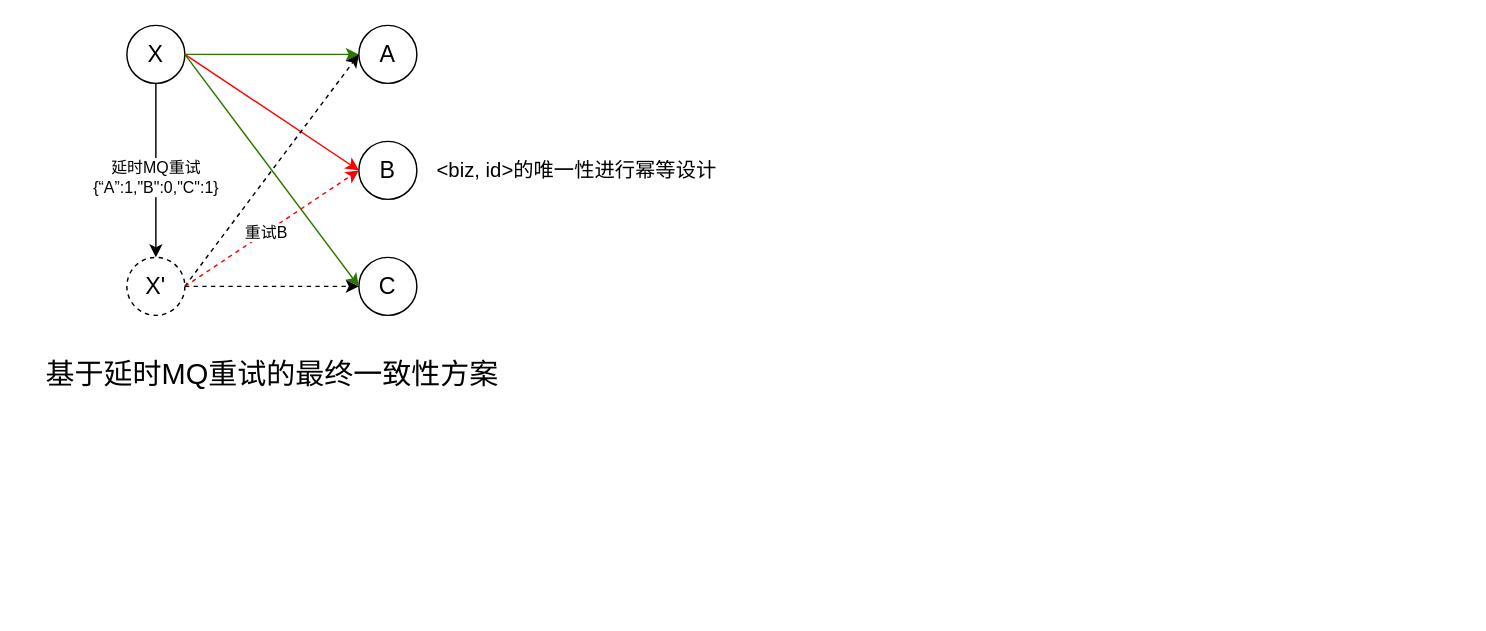
Above: personal/duyunjie/一致性.drawio in zhuanzhuan-tech/arch-draw-io (draw.io), before the change. Source tidied: cells renumbered, new cells numbered last; positions are measured from the earlier drawing's top-left corner, leaving out a move shared by most shapes. Both pictures are drawn from the tidied source at 145%, with x=0, y=0 at pixel (25, 25).
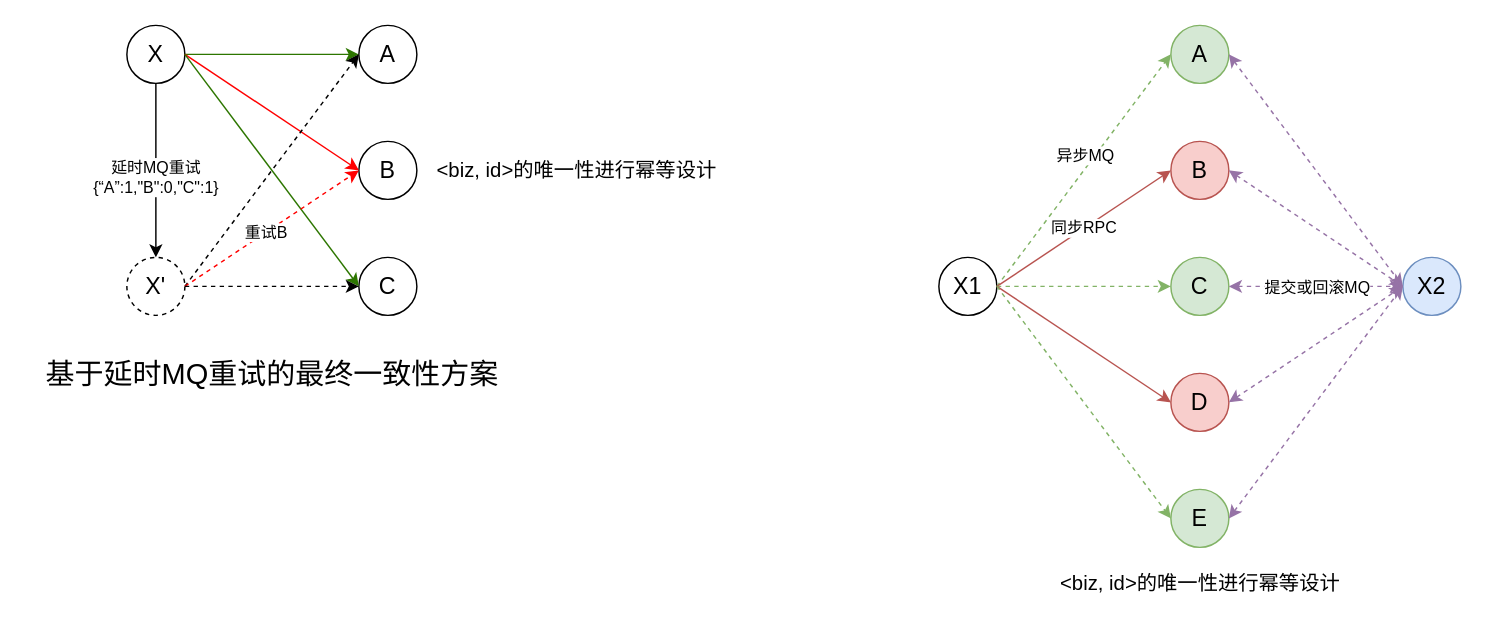
Above is the later version.

Commit message:
更新一致性.drawio

The edit, as a diff of the source:
```diff
@@
+    <mxCell id="18" value="&lt;font style=&quot;font-size: 16px;&quot;&gt;A&lt;/font&gt;" style="ellipse;whiteSpace=wrap;html=1;fillColor=#d5e8d4;strokeColor=#82b366;" parent="1" vertex="1">
+      <mxGeometry x="790" width="40" height="40" as="geometry" />
+    </mxCell>
+    <mxCell id="19" value="&lt;font style=&quot;font-size: 16px;&quot;&gt;B&lt;/font&gt;" style="ellipse;whiteSpace=wrap;html=1;fillColor=#f8cecc;strokeColor=#b85450;" parent="1" vertex="1">
+      <mxGeometry x="790" y="80" width="40" height="40" as="geometry" />
+    </mxCell>
+    <mxCell id="20" value="&lt;font style=&quot;font-size: 16px;&quot;&gt;C&lt;/font&gt;" style="ellipse;whiteSpace=wrap;html=1;fillColor=#d5e8d4;strokeColor=#82b366;" parent="1" vertex="1">
+      <mxGeometry x="790" y="160" width="40" height="40" as="geometry" />
+    </mxCell>
+    <mxCell id="21" value="&lt;font style=&quot;font-size: 16px;&quot;&gt;X1&lt;/font&gt;" style="ellipse;whiteSpace=wrap;html=1;" parent="1" vertex="1">
+      <mxGeometry x="630" y="160" width="40" height="40" as="geometry" />
+    </mxCell>
+    <mxCell id="22" style="endArrow=classic;html=1;rounded=0;exitX=1;exitY=0.5;exitDx=0;exitDy=0;entryX=0;entryY=0.5;entryDx=0;entryDy=0;fillColor=#d5e8d4;strokeColor=#82b366;dashed=1;" parent="1" edge="1" source="21" target="18">
+      <mxGeometry relative="1" as="geometry" />
+    </mxCell>
+    <mxCell id="23" value="异步MQ" style="edgeLabel;html=1;align=center;verticalAlign=middle;" parent="22" vertex="1">
+      <mxGeometry x="0.09" y="-1" relative="1" as="geometry">
+        <mxPoint x="-6" y="-4" as="offset" />
+      </mxGeometry>
+    </mxCell>
+    <mxCell id="24" style="endArrow=classic;html=1;rounded=0;exitX=1;exitY=0.5;exitDx=0;exitDy=0;entryX=0;entryY=0.5;entryDx=0;entryDy=0;strokeColor=#b85450;fillColor=#f8cecc;" parent="1" edge="1" source="21" target="19">
+      <mxGeometry relative="1" as="geometry" />
+    </mxCell>
+    <mxCell id="25" value="同步RPC" style="edgeLabel;html=1;align=center;verticalAlign=middle;" parent="24" vertex="1">
+      <mxGeometry y="1" relative="1" as="geometry" />
+    </mxCell>
+    <mxCell id="26" style="endArrow=classic;html=1;rounded=0;exitX=1;exitY=0.5;exitDx=0;exitDy=0;entryX=0;entryY=0.5;entryDx=0;entryDy=0;fillColor=#d5e8d4;strokeColor=#82b366;dashed=1;" parent="1" edge="1" source="21" target="20">
+      <mxGeometry relative="1" as="geometry" />
+    </mxCell>
+    <mxCell id="27" value="&lt;font style=&quot;font-size: 14px;&quot;&gt;&amp;lt;biz, id&amp;gt;的唯一性进行幂等设计&lt;/font&gt;" style="text;html=1;align=center;verticalAlign=middle;strokeColor=none;fillColor=none;" parent="1" vertex="1">
+      <mxGeometry x="700" y="370" width="220" height="30" as="geometry" />
+    </mxCell>
+    <mxCell id="28" value="&lt;font style=&quot;font-size: 16px;&quot;&gt;D&lt;/font&gt;" style="ellipse;whiteSpace=wrap;html=1;fillColor=#f8cecc;strokeColor=#b85450;" parent="1" vertex="1">
+      <mxGeometry x="790" y="240" width="40" height="40" as="geometry" />
+    </mxCell>
+    <mxCell id="29" value="&lt;font style=&quot;font-size: 16px;&quot;&gt;E&lt;/font&gt;" style="ellipse;whiteSpace=wrap;html=1;fillColor=#d5e8d4;strokeColor=#82b366;" parent="1" vertex="1">
+      <mxGeometry x="790" y="320" width="40" height="40" as="geometry" />
+    </mxCell>
+    <mxCell id="30" style="endArrow=classic;html=1;rounded=0;exitX=1;exitY=0.5;exitDx=0;exitDy=0;entryX=0;entryY=0.5;entryDx=0;entryDy=0;strokeColor=#b85450;fillColor=#f8cecc;" parent="1" edge="1" source="21" target="28">
+      <mxGeometry relative="1" as="geometry" />
+    </mxCell>
+    <mxCell id="31" style="endArrow=classic;html=1;rounded=0;exitX=1;exitY=0.5;exitDx=0;exitDy=0;entryX=0;entryY=0.5;entryDx=0;entryDy=0;fillColor=#d5e8d4;strokeColor=#82b366;dashed=1;" parent="1" edge="1" source="21" target="29">
+      <mxGeometry relative="1" as="geometry" />
+    </mxCell>
+    <mxCell id="32" value="&lt;font style=&quot;font-size: 16px;&quot;&gt;X2&lt;/font&gt;" style="ellipse;whiteSpace=wrap;html=1;fillColor=#dae8fc;strokeColor=#6c8ebf;" parent="1" vertex="1">
+      <mxGeometry x="950" y="160" width="40" height="40" as="geometry" />
+    </mxCell>
+    <mxCell id="33" style="endArrow=classic;html=1;rounded=0;exitX=1;exitY=0.5;exitDx=0;exitDy=0;entryX=0;entryY=0.5;entryDx=0;entryDy=0;fillColor=#e1d5e7;strokeColor=#9673a6;dashed=1;startArrow=classic;startFill=1;" parent="1" edge="1" source="18" target="32">
+      <mxGeometry relative="1" as="geometry" />
+    </mxCell>
+    <mxCell id="34" style="endArrow=classic;html=1;rounded=0;exitX=1;exitY=0.5;exitDx=0;exitDy=0;entryX=0;entryY=0.5;entryDx=0;entryDy=0;fillColor=#e1d5e7;strokeColor=#9673a6;dashed=1;startArrow=classic;startFill=1;" parent="1" edge="1" source="19" target="32">
+      <mxGeometry relative="1" as="geometry" />
+    </mxCell>
+    <mxCell id="35" style="endArrow=classic;html=1;rounded=0;exitX=1;exitY=0.5;exitDx=0;exitDy=0;entryX=0;entryY=0.5;entryDx=0;entryDy=0;fillColor=#e1d5e7;strokeColor=#9673a6;dashed=1;startArrow=classic;startFill=1;" parent="1" edge="1" source="20" target="32">
+      <mxGeometry relative="1" as="geometry" />
+    </mxCell>
+    <mxCell id="36" value="提交或回滚MQ" style="edgeLabel;html=1;align=center;verticalAlign=middle;" parent="35" vertex="1">
+      <mxGeometry x="-0.23" y="3" relative="1" as="geometry">
+        <mxPoint x="14" y="3" as="offset" />
+      </mxGeometry>
+    </mxCell>
+    <mxCell id="37" style="endArrow=classic;html=1;rounded=0;exitX=1;exitY=0.5;exitDx=0;exitDy=0;fillColor=#e1d5e7;strokeColor=#9673a6;dashed=1;startArrow=classic;startFill=1;" parent="1" edge="1" source="28">
+      <mxGeometry relative="1" as="geometry">
+        <mxPoint x="950" y="180" as="targetPoint" />
+      </mxGeometry>
+    </mxCell>
+    <mxCell id="38" style="endArrow=classic;html=1;rounded=0;exitX=1;exitY=0.5;exitDx=0;exitDy=0;fillColor=#e1d5e7;strokeColor=#9673a6;dashed=1;endFill=1;startArrow=classic;startFill=1;" parent="1" edge="1" source="29">
+      <mxGeometry relative="1" as="geometry">
+        <mxPoint x="950" y="180" as="targetPoint" />
+      </mxGeometry>
+    </mxCell>
```
